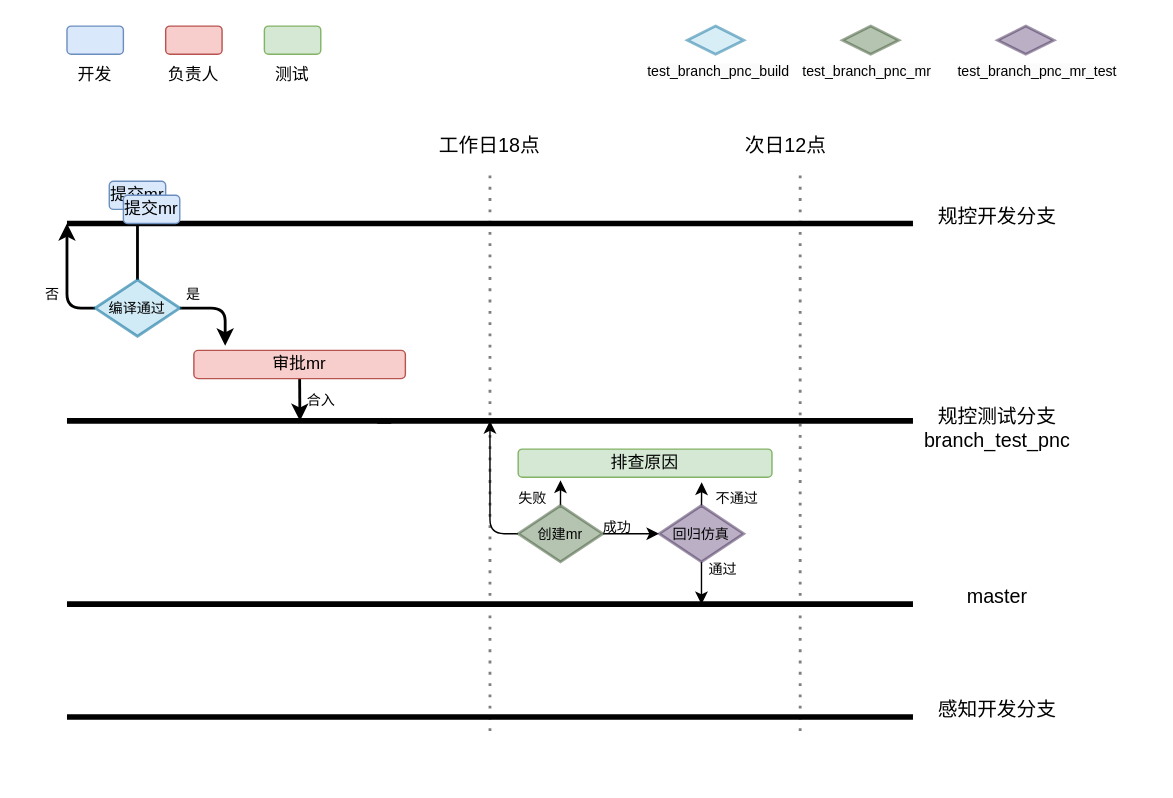
chwxiongppp/CS-notes keeps this draw.io diagram as 未命名绘图.drawio. Above is the earlier version. Source tidied: cells renumbered, new cells numbered last; positions are measured from the earlier drawing's top-left corner, leaving out a move shared by most shapes. Both pictures are drawn from the tidied source at 141%, with x=0, y=0 at pixel (24, 25).
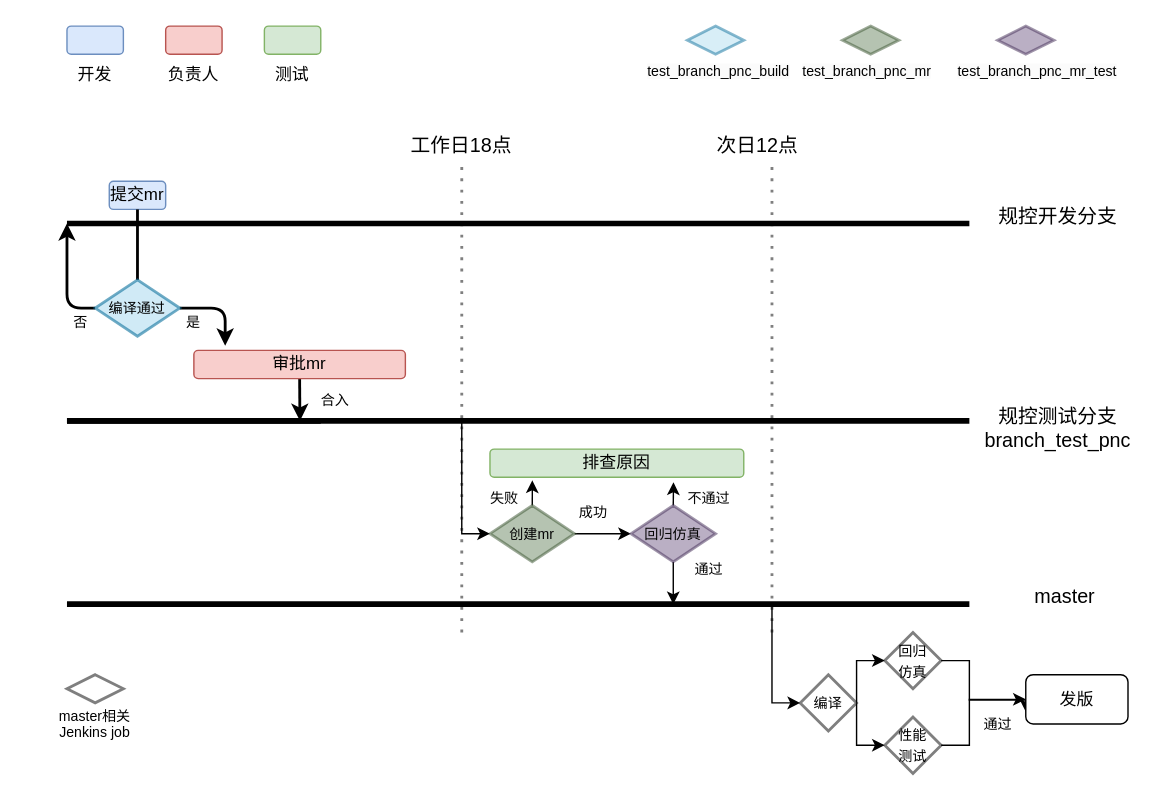
The same page after the edit.

Commit message:
规控分支流程图.drawio

The change refers to these unchanged cells:
```xml
<mxCell id="26" value="&lt;font style=&quot;font-size: 10px;&quot;&gt;编译通过&lt;/font&gt;" style="strokeWidth=2;html=1;shape=mxgraph.flowchart.decision;whiteSpace=wrap;fontSize=12;fillColor=#b1ddf0;strokeColor=#10739e;opacity=60;" parent="1" vertex="1">
  <mxGeometry x="50" y="180" width="60" height="40" as="geometry" />
</mxCell>
<mxCell id="28" value="审批mr" style="rounded=1;whiteSpace=wrap;html=1;fillColor=#f8cecc;strokeColor=#b85450;" parent="1" vertex="1">
  <mxGeometry x="120" y="230" width="150" height="20" as="geometry" />
</mxCell>
```

Change to the diagram source:
```diff
@@
-    <mxCell id="2" style="endArrow=none;html=1;rounded=1;strokeWidth=4;" parent="1" edge="1">
-      <mxGeometry relative="1" as="geometry">
-        <mxPoint x="30" y="490" as="sourcePoint" />
-        <mxPoint x="630" y="490" as="targetPoint" />
-      </mxGeometry>
-    </mxCell>
     <mxCell id="3" style="endArrow=none;html=1;rounded=1;strokeWidth=4;" parent="1" edge="1">
       <mxGeometry relative="1" as="geometry">
         <mxPoint x="30" y="410" as="sourcePoint" />
-        <mxPoint x="630" y="410" as="targetPoint" />
+        <mxPoint x="670" y="410" as="targetPoint" />
       </mxGeometry>
     </mxCell>
     <mxCell id="4" style="endArrow=none;html=1;rounded=1;strokeWidth=4;startArrow=none;" parent="1" edge="1">
       <mxGeometry relative="1" as="geometry">
-        <mxPoint x="250" y="280" as="sourcePoint" />
-        <mxPoint x="630" y="280" as="targetPoint" />
+        <mxPoint x="30" y="280" as="sourcePoint" />
+        <mxPoint x="670" y="280" as="targetPoint" />
       </mxGeometry>
     </mxCell>
     <mxCell id="5" style="endArrow=none;html=1;rounded=1;strokeWidth=4;" parent="1" edge="1">
       <mxGeometry relative="1" as="geometry">
         <mxPoint x="30" y="140" as="sourcePoint" />
-        <mxPoint x="630" y="140" as="targetPoint" />
+        <mxPoint x="670" y="140" as="targetPoint" />
       </mxGeometry>
     </mxCell>
@@
     <mxCell id="11" style="endArrow=none;dashed=1;html=1;dashPattern=1 3;strokeWidth=2;rounded=1;opacity=50;" parent="1" edge="1">
       <mxGeometry relative="1" as="geometry">
-        <mxPoint x="330" y="500" as="sourcePoint" />
-        <mxPoint x="330" y="100" as="targetPoint" />
+        <mxPoint x="310" y="430" as="sourcePoint" />
+        <mxPoint x="310" y="100" as="targetPoint" />
         <Array as="points">
-          <mxPoint x="330" y="290" />
+          <mxPoint x="310" y="290" />
         </Array>
       </mxGeometry>
     </mxCell>
@@
     <mxCell id="13" value="&lt;font style=&quot;font-size: 14px;&quot;&gt;工作日18点&lt;/font&gt;" style="text;html=1;strokeColor=none;fillColor=none;align=center;verticalAlign=middle;whiteSpace=wrap;rounded=0;" parent="1" vertex="1">
-      <mxGeometry x="290" y="70" width="80" height="30" as="geometry" />
+      <mxGeometry x="270" y="70" width="80" height="30" as="geometry" />
     </mxCell>
     <mxCell id="14" style="endArrow=none;dashed=1;html=1;dashPattern=1 3;strokeWidth=2;rounded=1;opacity=50;" parent="1" edge="1">
       <mxGeometry relative="1" as="geometry">
-        <mxPoint x="550" y="500" as="sourcePoint" />
-        <mxPoint x="550" y="100" as="targetPoint" />
+        <mxPoint x="530" y="430" as="sourcePoint" />
+        <mxPoint x="530" y="100" as="targetPoint" />
       </mxGeometry>
     </mxCell>
     <mxCell id="15" value="&lt;font style=&quot;font-size: 14px;&quot;&gt;次日12点&lt;/font&gt;" style="text;html=1;strokeColor=none;fillColor=none;align=center;verticalAlign=middle;whiteSpace=wrap;rounded=0;" parent="1" vertex="1">
-      <mxGeometry x="500" y="70" width="80" height="30" as="geometry" />
+      <mxGeometry x="480" y="70" width="80" height="30" as="geometry" />
     </mxCell>
     <mxCell id="16" value="&lt;font style=&quot;font-size: 14px;&quot;&gt;规控开发分支&lt;/font&gt;" style="text;html=1;strokeColor=none;fillColor=none;align=center;verticalAlign=middle;whiteSpace=wrap;rounded=0;" parent="1" vertex="1">
-      <mxGeometry x="630" y="120" width="120" height="30" as="geometry" />
+      <mxGeometry x="672.5" y="120" width="120" height="30" as="geometry" />
     </mxCell>
     <mxCell id="17" value="&lt;span style=&quot;font-size: 14px;&quot;&gt;规控测试分支&lt;br&gt;branch_test_pnc&lt;/span&gt;" style="text;html=1;strokeColor=none;fillColor=none;align=center;verticalAlign=middle;whiteSpace=wrap;rounded=0;" parent="1" vertex="1">
-      <mxGeometry x="630" y="270" width="120" height="30" as="geometry" />
+      <mxGeometry x="672.5" y="270" width="120" height="30" as="geometry" />
     </mxCell>
     <mxCell id="18" value="&lt;span style=&quot;font-size: 14px;&quot;&gt;master&lt;/span&gt;" style="text;html=1;strokeColor=none;fillColor=none;align=center;verticalAlign=middle;whiteSpace=wrap;rounded=0;" parent="1" vertex="1">
-      <mxGeometry x="630" y="390" width="120" height="30" as="geometry" />
+      <mxGeometry x="677.5" y="390" width="120" height="30" as="geometry" />
     </mxCell>
-    <mxCell id="19" value="&lt;font style=&quot;font-size: 14px;&quot;&gt;感知开发分支&lt;/font&gt;" style="text;html=1;strokeColor=none;fillColor=none;align=center;verticalAlign=middle;whiteSpace=wrap;rounded=0;" parent="1" vertex="1">
-      <mxGeometry x="630" y="470" width="120" height="30" as="geometry" />
-    </mxCell>
@@
     <mxCell id="21" style="endArrow=none;html=1;rounded=1;strokeWidth=4;" parent="1" edge="1">
       <mxGeometry relative="1" as="geometry">
         <mxPoint x="30" y="280" as="sourcePoint" />
-        <mxPoint x="260" y="280" as="targetPoint" />
+        <mxPoint x="210" y="280" as="targetPoint" />
       </mxGeometry>
     </mxCell>
@@
-    <mxCell id="24" style="edgeStyle=orthogonalEdgeStyle;rounded=1;jettySize=auto;html=1;exitX=1;exitY=0.5;exitDx=0;exitDy=0;exitPerimeter=0;entryX=0.148;entryY=-0.167;entryDx=0;entryDy=0;entryPerimeter=0;strokeWidth=2;fontSize=10;jumpSize=4;" parent="1" edge="1" source="26" target="28">
+    <mxCell id="24" style="edgeStyle=orthogonalEdgeStyle;rounded=1;jettySize=auto;html=1;exitX=1;exitY=0.5;exitDx=0;exitDy=0;exitPerimeter=0;entryX=0.148;entryY=-0.167;entryDx=0;entryDy=0;entryPerimeter=0;strokeWidth=2;fontSize=10;jumpSize=2;" parent="1" edge="1" source="26" target="28">
       <mxGeometry relative="1" as="geometry">
         <Array as="points">
           <mxPoint x="142" y="200" />
         </Array>
       </mxGeometry>
     </mxCell>
-    <mxCell id="25" style="edgeStyle=orthogonalEdgeStyle;rounded=1;jettySize=auto;html=1;strokeWidth=2;fontSize=10;jumpSize=4;" parent="1" edge="1" source="26">
+    <mxCell id="25" style="edgeStyle=orthogonalEdgeStyle;rounded=1;jettySize=auto;html=1;strokeWidth=2;fontSize=10;jumpSize=2;" parent="1" edge="1" source="26">
       <mxGeometry relative="1" as="geometry">
         <mxPoint x="30" y="140" as="targetPoint" />
+        <Array as="points">
+          <mxPoint x="30" y="200" />
+        </Array>
       </mxGeometry>
     </mxCell>
@@
-    <mxCell id="27" style="edgeStyle=orthogonalEdgeStyle;rounded=1;jettySize=auto;html=1;exitX=0.5;exitY=1;exitDx=0;exitDy=0;strokeWidth=2;fontSize=10;" parent="1" edge="1" source="28">
+    <mxCell id="27" style="edgeStyle=orthogonalEdgeStyle;rounded=1;jettySize=auto;html=1;exitX=0.5;exitY=1;exitDx=0;exitDy=0;strokeWidth=2;fontSize=10;jumpSize=2;" parent="1" edge="1" source="28">
       <mxGeometry relative="1" as="geometry">
         <mxPoint x="195.2" y="280" as="targetPoint" />
       </mxGeometry>
     </mxCell>
@@
     <mxCell id="29" value="是" style="text;html=1;strokeColor=none;fillColor=none;align=center;verticalAlign=middle;whiteSpace=wrap;rounded=0;fontSize=10;" parent="1" vertex="1">
-      <mxGeometry x="100" y="180" width="40" height="20" as="geometry" />
+      <mxGeometry x="100" y="200" width="40" height="20" as="geometry" />
     </mxCell>
     <mxCell id="30" value="否" style="text;html=1;strokeColor=none;fillColor=none;align=center;verticalAlign=middle;whiteSpace=wrap;rounded=0;fontSize=10;" parent="1" vertex="1">
-      <mxGeometry y="180" width="40" height="20" as="geometry" />
+      <mxGeometry x="20" y="200" width="40" height="20" as="geometry" />
     </mxCell>
     <mxCell id="31" value="合入" style="text;html=1;align=center;verticalAlign=middle;strokeColor=none;fillColor=none;fontSize=10;" parent="1" vertex="1">
-      <mxGeometry x="190" y="250" width="40" height="30" as="geometry" />
+      <mxGeometry x="200" y="250" width="40" height="30" as="geometry" />
     </mxCell>
@@
-    <mxCell id="40" style="edgeStyle=orthogonalEdgeStyle;rounded=1;jettySize=auto;html=1;exitX=0;exitY=0.5;exitDx=0;exitDy=0;exitPerimeter=0;strokeWidth=1;fontSize=10;fontColor=#050505;" parent="1" edge="1" source="42">
-      <mxGeometry relative="1" as="geometry">
-        <mxPoint x="330" y="280" as="targetPoint" />
-      </mxGeometry>
-    </mxCell>
@@
     <mxCell id="42" value="&lt;span style=&quot;font-size: 10px;&quot;&gt;&lt;font color=&quot;#050505&quot;&gt;创建mr&lt;/font&gt;&lt;/span&gt;" style="strokeWidth=2;html=1;shape=mxgraph.flowchart.decision;whiteSpace=wrap;fontSize=12;fillColor=#6d8764;strokeColor=#3A5431;opacity=50;fontColor=#ffffff;" parent="1" vertex="1">
-      <mxGeometry x="350" y="340" width="60" height="40" as="geometry" />
+      <mxGeometry x="330" y="340" width="60" height="40" as="geometry" />
     </mxCell>
     <mxCell id="43" value="成功" style="text;html=1;align=center;verticalAlign=middle;strokeColor=none;fillColor=none;fontSize=10;fontColor=#050505;" parent="1" vertex="1">
-      <mxGeometry x="400" y="340" width="40" height="30" as="geometry" />
+      <mxGeometry x="383" y="330" width="40" height="30" as="geometry" />
     </mxCell>
     <mxCell id="44" style="edgeStyle=orthogonalEdgeStyle;rounded=1;jettySize=auto;html=1;strokeWidth=1;fontSize=10;fontColor=#050505;" parent="1" edge="1" source="46">
       <mxGeometry relative="1" as="geometry">
-        <mxPoint x="480" y="410" as="targetPoint" />
+        <mxPoint x="460" y="410" as="targetPoint" />
       </mxGeometry>
     </mxCell>
@@
     <mxCell id="46" value="&lt;span style=&quot;font-size: 10px;&quot;&gt;&lt;font color=&quot;#050505&quot;&gt;回归仿真&lt;/font&gt;&lt;/span&gt;" style="strokeWidth=2;html=1;shape=mxgraph.flowchart.decision;whiteSpace=wrap;fontSize=12;fillColor=#76608a;strokeColor=#432D57;opacity=50;fontColor=#ffffff;" parent="1" vertex="1">
-      <mxGeometry x="450" y="340" width="60" height="40" as="geometry" />
+      <mxGeometry x="430" y="340" width="60" height="40" as="geometry" />
     </mxCell>
     <mxCell id="47" value="通过" style="text;html=1;align=center;verticalAlign=middle;strokeColor=none;fillColor=none;fontSize=10;fontColor=#050505;" parent="1" vertex="1">
-      <mxGeometry x="475" y="370" width="40" height="30" as="geometry" />
+      <mxGeometry x="465" y="370" width="40" height="30" as="geometry" />
     </mxCell>
     <mxCell id="48" value="排查原因" style="rounded=1;whiteSpace=wrap;html=1;fillColor=#d5e8d4;strokeColor=#82b366;" parent="1" vertex="1">
-      <mxGeometry x="350" y="300" width="180" height="20" as="geometry" />
+      <mxGeometry x="330" y="300" width="180" height="20" as="geometry" />
     </mxCell>
     <mxCell id="49" value="失败" style="text;html=1;align=center;verticalAlign=middle;strokeColor=none;fillColor=none;fontSize=10;fontColor=#050505;" parent="1" vertex="1">
-      <mxGeometry x="340" y="320" width="40" height="30" as="geometry" />
+      <mxGeometry x="320" y="320" width="40" height="30" as="geometry" />
     </mxCell>
     <mxCell id="50" value="不通过" style="text;html=1;align=center;verticalAlign=middle;strokeColor=none;fillColor=none;fontSize=10;fontColor=#050505;" parent="1" vertex="1">
-      <mxGeometry x="480" y="320" width="50" height="30" as="geometry" />
+      <mxGeometry x="460" y="320" width="50" height="30" as="geometry" />
     </mxCell>
-    <mxCell id="51" value="提交mr" style="rounded=1;whiteSpace=wrap;html=1;fillColor=#dae8fc;strokeColor=#6c8ebf;" parent="1" vertex="1">
-      <mxGeometry x="70" y="120" width="40" height="20" as="geometry" />
-    </mxCell>
+    <mxCell id="52" style="endArrow=classic;html=1;rounded=0;entryX=0;entryY=0.5;entryDx=0;entryDy=0;entryPerimeter=0;" parent="1" edge="1" target="42">
+      <mxGeometry relative="1" as="geometry">
+        <mxPoint x="310" y="280" as="sourcePoint" />
+        <Array as="points">
+          <mxPoint x="310" y="360" />
+        </Array>
+      </mxGeometry>
+    </mxCell>
+    <mxCell id="53" style="endArrow=classic;html=1;rounded=0;entryX=0;entryY=0.5;entryDx=0;entryDy=0;entryPerimeter=0;jumpSize=8;" parent="1" edge="1" target="56">
+      <mxGeometry relative="1" as="geometry">
+        <mxPoint x="530" y="410" as="sourcePoint" />
+        <Array as="points">
+          <mxPoint x="530" y="480" />
+        </Array>
+      </mxGeometry>
+    </mxCell>
+    <mxCell id="54" style="edgeStyle=orthogonalEdgeStyle;rounded=0;jettySize=auto;html=1;exitX=1;exitY=0.5;exitDx=0;exitDy=0;exitPerimeter=0;entryX=0;entryY=0.5;entryDx=0;entryDy=0;entryPerimeter=0;fontSize=10;" parent="1" edge="1" source="56" target="58">
+      <mxGeometry relative="1" as="geometry">
+        <Array as="points">
+          <mxPoint x="590" y="450" />
+        </Array>
+      </mxGeometry>
+    </mxCell>
+    <mxCell id="55" style="edgeStyle=orthogonalEdgeStyle;rounded=0;jettySize=auto;html=1;exitX=1;exitY=0.5;exitDx=0;exitDy=0;exitPerimeter=0;entryX=0;entryY=0.5;entryDx=0;entryDy=0;entryPerimeter=0;fontSize=10;" parent="1" edge="1" source="56" target="60">
+      <mxGeometry relative="1" as="geometry">
+        <Array as="points">
+          <mxPoint x="590" y="510" />
+        </Array>
+      </mxGeometry>
+    </mxCell>
+    <mxCell id="56" value="&lt;font style=&quot;font-size: 10px;&quot;&gt;编译&lt;/font&gt;" style="strokeWidth=2;html=1;shape=mxgraph.flowchart.decision;whiteSpace=wrap;fontSize=12;opacity=50;" parent="1" vertex="1">
+      <mxGeometry x="550" y="460" width="40" height="40" as="geometry" />
+    </mxCell>
+    <mxCell id="57" style="edgeStyle=orthogonalEdgeStyle;rounded=0;jettySize=auto;html=1;exitX=1;exitY=0.5;exitDx=0;exitDy=0;exitPerimeter=0;entryX=0;entryY=0.75;entryDx=0;entryDy=0;fontSize=12;" parent="1" edge="1" source="58" target="61">
+      <mxGeometry relative="1" as="geometry">
+        <Array as="points">
+          <mxPoint x="670" y="450" />
+          <mxPoint x="670" y="478" />
+          <mxPoint x="710" y="478" />
+          <mxPoint x="710" y="486" />
+        </Array>
+      </mxGeometry>
+    </mxCell>
+    <mxCell id="58" value="&lt;span style=&quot;font-size: 10px;&quot;&gt;回归&lt;br&gt;仿真&lt;/span&gt;" style="strokeWidth=2;html=1;shape=mxgraph.flowchart.decision;whiteSpace=wrap;fontSize=12;opacity=50;" parent="1" vertex="1">
+      <mxGeometry x="610" y="430" width="40" height="40" as="geometry" />
+    </mxCell>
+    <mxCell id="59" style="edgeStyle=orthogonalEdgeStyle;rounded=0;jettySize=auto;html=1;exitX=1;exitY=0.5;exitDx=0;exitDy=0;exitPerimeter=0;entryX=0;entryY=0.5;entryDx=0;entryDy=0;fontSize=12;" parent="1" edge="1" source="60" target="61">
+      <mxGeometry relative="1" as="geometry">
+        <Array as="points">
+          <mxPoint x="670" y="510" />
+          <mxPoint x="670" y="478" />
+        </Array>
+      </mxGeometry>
+    </mxCell>
+    <mxCell id="60" value="&lt;span style=&quot;font-size: 10px;&quot;&gt;性能&lt;br&gt;测试&lt;/span&gt;" style="strokeWidth=2;html=1;shape=mxgraph.flowchart.decision;whiteSpace=wrap;fontSize=12;opacity=50;" parent="1" vertex="1">
+      <mxGeometry x="610" y="490" width="40" height="40" as="geometry" />
+    </mxCell>
+    <mxCell id="61" value="&lt;font style=&quot;font-size: 12px;&quot;&gt;发版&lt;/font&gt;" style="rounded=1;whiteSpace=wrap;html=1;fontSize=10;" parent="1" vertex="1">
+      <mxGeometry x="710" y="460" width="72.5" height="35" as="geometry" />
+    </mxCell>
+    <mxCell id="62" value="&lt;font style=&quot;font-size: 10px;&quot;&gt;通过&lt;/font&gt;" style="text;html=1;align=center;verticalAlign=middle;strokeColor=none;fillColor=none;fontSize=12;" parent="1" vertex="1">
+      <mxGeometry x="670" y="480" width="40" height="30" as="geometry" />
+    </mxCell>
+    <mxCell id="63" style="strokeWidth=2;html=1;shape=mxgraph.flowchart.decision;whiteSpace=wrap;fontSize=12;opacity=50;" parent="1" vertex="1">
+      <mxGeometry x="30" y="460" width="40" height="20" as="geometry" />
+    </mxCell>
+    <mxCell id="64" value="master相关Jenkins job" style="text;html=1;strokeColor=none;fillColor=none;align=center;verticalAlign=middle;whiteSpace=wrap;rounded=0;fontSize=10;" parent="1" vertex="1">
+      <mxGeometry x="20" y="480" width="60" height="30" as="geometry" />
+    </mxCell>
```
